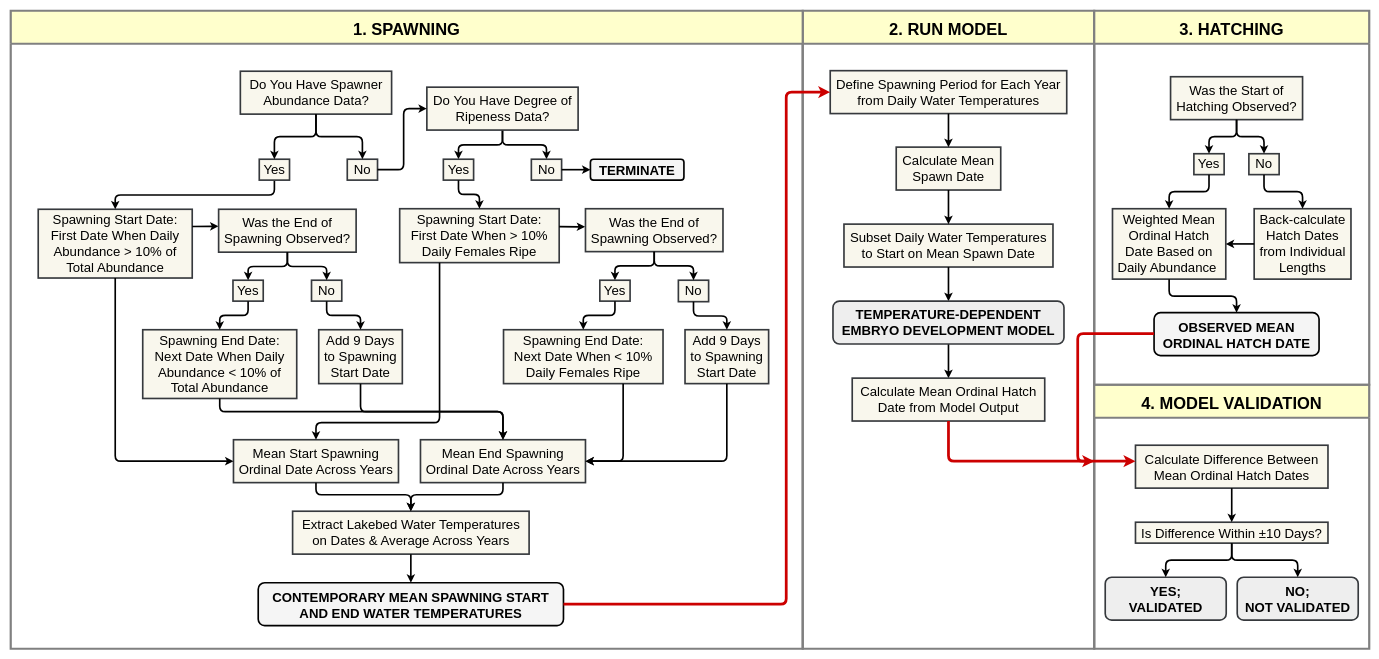
The draw.io diagram figures/coregonine-model-workflow-diagram.drawio in taylorstewart/Stewart-et-al-2024---Coregonine-Embryo-Modeling, before the edit. Source tidied: cells renumbered, new cells numbered last; positions are measured from the earlier drawing's top-left corner, leaving out a move shared by most shapes. Both pictures are drawn from the tidied source at 55%, with x=0, y=0 at pixel (10, 10).
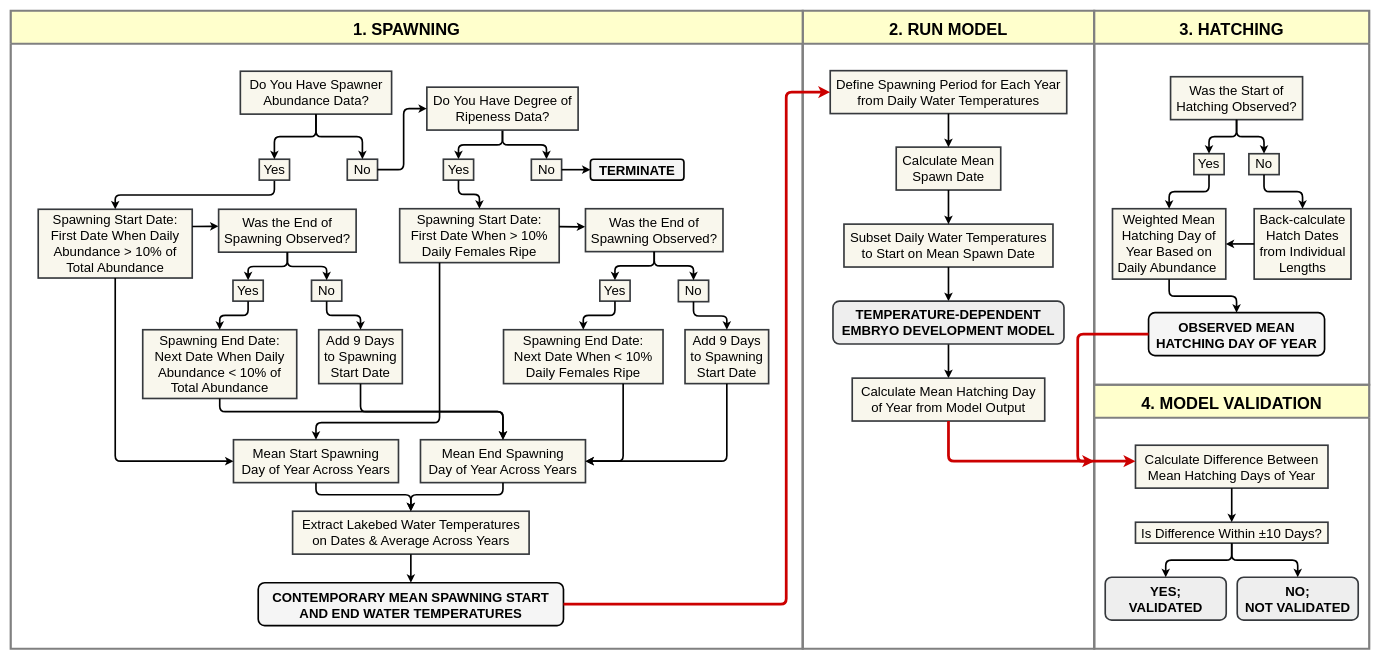
The same diagram, later.

The change refers to these unchanged cells:
```xml
<mxCell id="2" value="2. RUN MODEL" style="swimlane;rounded=0;shadow=0;glass=0;fillColor=#FFFFCC;align=center;startSize=60;fontSize=30;strokeWidth=4;strokeColor=#808080;" parent="1" vertex="1">
  <mxGeometry x="1440" width="530" height="1160" as="geometry" />
</mxCell>
<mxCell id="12" value="4. MODEL VALIDATION" style="swimlane;rounded=0;shadow=0;glass=0;fillColor=#FFFFCC;align=center;startSize=60;fontStyle=1;fontSize=30;strokeWidth=4;strokeColor=#808080;" parent="1" vertex="1">
  <mxGeometry x="1970" y="680" width="500" height="480" as="geometry" />
</mxCell>
<mxCell id="20" value="3. HATCHING" style="swimlane;rounded=0;shadow=0;glass=0;fillColor=#FFFFCC;align=center;startSize=60;fontStyle=1;fontSize=30;strokeWidth=4;strokeColor=#808080;" parent="1" vertex="1">
  <mxGeometry x="1970" width="500" height="680" as="geometry" />
</mxCell>
<mxCell id="35" value="1. SPAWNING" style="swimlane;rounded=0;shadow=0;glass=0;fillColor=#FFFFCC;align=center;fontSize=30;startSize=60;verticalAlign=middle;strokeWidth=4;strokeColor=#808080;" parent="1" vertex="1">
  <mxGeometry width="1440" height="1160" as="geometry" />
</mxCell>
```

Change to the diagram source:
```diff
@@
-    <mxCell id="11" value="Calculate Mean Ordinal Hatch Date from Model Output" style="whiteSpace=wrap;align=center;verticalAlign=middle;fontStyle=0;strokeWidth=3;fillColor=#f9f7ed;strokeColor=#36393d;fontSize=24;" parent="2" vertex="1">
+    <mxCell id="11" value="Calculate Mean Hatching Day&#10;of Year from Model Output" style="whiteSpace=wrap;align=center;verticalAlign=middle;fontStyle=0;strokeWidth=3;fillColor=#f9f7ed;strokeColor=#36393d;fontSize=24;" parent="2" vertex="1">
       <mxGeometry x="90" y="668" width="350" height="78" as="geometry" />
     </mxCell>
@@
-    <mxCell id="13" value="&lt;p style=&quot;margin: 4px 0px 0px ; font-size: 24px&quot;&gt;&lt;/p&gt;&lt;span style=&quot;color: rgb(0 , 0 , 0) ; font-size: 24px&quot;&gt;Calculate Difference Between Mean Ordinal Hatch Dates&lt;/span&gt;" style="whiteSpace=wrap;html=1;fontStyle=0;strokeWidth=3;fillColor=#f9f7ed;rounded=0;shadow=0;glass=0;strokeColor=#36393d;fontSize=24;" parent="12" vertex="1">
+    <mxCell id="13" value="&lt;p style=&quot;margin: 4px 0px 0px ; font-size: 24px&quot;&gt;&lt;/p&gt;&lt;span style=&quot;color: rgb(0 , 0 , 0) ; font-size: 24px&quot;&gt;Calculate Difference Between Mean Hatching Days of Year&lt;/span&gt;" style="whiteSpace=wrap;html=1;fontStyle=0;strokeWidth=3;fillColor=#f9f7ed;rounded=0;shadow=0;glass=0;strokeColor=#36393d;fontSize=24;" parent="12" vertex="1">
       <mxGeometry x="75" y="110" width="350" height="78" as="geometry" />
     </mxCell>
@@
-    <mxCell id="27" value="Weighted Mean Ordinal Hatch Date Based on Daily Abundance&amp;nbsp;" style="whiteSpace=wrap;html=1;fontStyle=0;strokeWidth=3;fillColor=#f9f7ed;strokeColor=#36393d;fontSize=24;" parent="20" vertex="1">
+    <mxCell id="27" value="Weighted Mean Hatching Day of Year Based on Daily Abundance&amp;nbsp;" style="whiteSpace=wrap;html=1;fontStyle=0;strokeWidth=3;fillColor=#f9f7ed;strokeColor=#36393d;fontSize=24;" parent="20" vertex="1">
       <mxGeometry x="33.2" y="360" width="206" height="128" as="geometry" />
     </mxCell>
@@
-    <mxCell id="31" value="&lt;p style=&quot;margin: 4px 0px 0px ; font-size: 24px&quot;&gt;&lt;span&gt;OBSERVED MEAN ORDINAL HATCH DATE&lt;/span&gt;&lt;/p&gt;" style="whiteSpace=wrap;html=1;fontStyle=1;strokeWidth=3;fillColor=#f5f5f5;rounded=1;shadow=0;glass=0;fontSize=24;" parent="20" vertex="1">
-      <mxGeometry x="108.8" y="549" width="300" height="78" as="geometry" />
+    <mxCell id="31" value="&lt;p style=&quot;margin: 4px 0px 0px ; font-size: 24px&quot;&gt;&lt;span&gt;OBSERVED MEAN HATCHING DAY OF YEAR&lt;/span&gt;&lt;/p&gt;" style="whiteSpace=wrap;html=1;fontStyle=1;strokeWidth=3;fillColor=#f5f5f5;rounded=1;shadow=0;glass=0;fontSize=24;" parent="20" vertex="1">
+      <mxGeometry x="98.8" y="549" width="320" height="78" as="geometry" />
     </mxCell>
@@
-    <mxCell id="33" style="edgeStyle=elbowEdgeStyle;elbow=horizontal;endArrow=classic;html=1;fontSize=24;strokeColor=#CC0000;strokeWidth=5;exitX=0;exitY=0.5;exitDx=0;exitDy=0;" parent="1" edge="1">
+    <mxCell id="33" style="edgeStyle=elbowEdgeStyle;elbow=horizontal;endArrow=classic;html=1;fontSize=24;strokeColor=#CC0000;strokeWidth=5;exitX=0;exitY=0.5;exitDx=0;exitDy=0;" parent="1" edge="1" source="31">
       <mxGeometry relative="1" as="geometry">
-        <mxPoint x="2078.7" y="587" as="sourcePoint" />
         <mxPoint x="1970" y="819" as="targetPoint" />
         <Array as="points">
           <mxPoint x="1940" y="699" />
         </Array>
       </mxGeometry>
     </mxCell>
@@
-    <mxCell id="44" value="Mean Start Spawning Ordinal Date Across Years" style="whiteSpace=wrap;align=center;verticalAlign=middle;fontStyle=0;strokeWidth=3;fillColor=#f9f7ed;strokeColor=#36393d;fontSize=24;" parent="35" vertex="1">
+    <mxCell id="44" value="Mean Start Spawning&#10;Day of Year Across Years" style="whiteSpace=wrap;align=center;verticalAlign=middle;fontStyle=0;strokeWidth=3;fillColor=#f9f7ed;strokeColor=#36393d;fontSize=24;" parent="35" vertex="1">
       <mxGeometry x="405" y="780" width="300" height="78" as="geometry" />
     </mxCell>
@@
-    <mxCell id="47" value="Mean End Spawning&#10;Ordinal Date Across Years" style="whiteSpace=wrap;align=center;verticalAlign=middle;fontStyle=0;strokeWidth=3;fillColor=#f9f7ed;strokeColor=#36393d;fontSize=24;" parent="35" vertex="1">
+    <mxCell id="47" value="Mean End Spawning&#10;Day of Year Across Years" style="whiteSpace=wrap;align=center;verticalAlign=middle;fontStyle=0;strokeWidth=3;fillColor=#f9f7ed;strokeColor=#36393d;fontSize=24;" parent="35" vertex="1">
       <mxGeometry x="745" y="780" width="300" height="78" as="geometry" />
     </mxCell>
```
